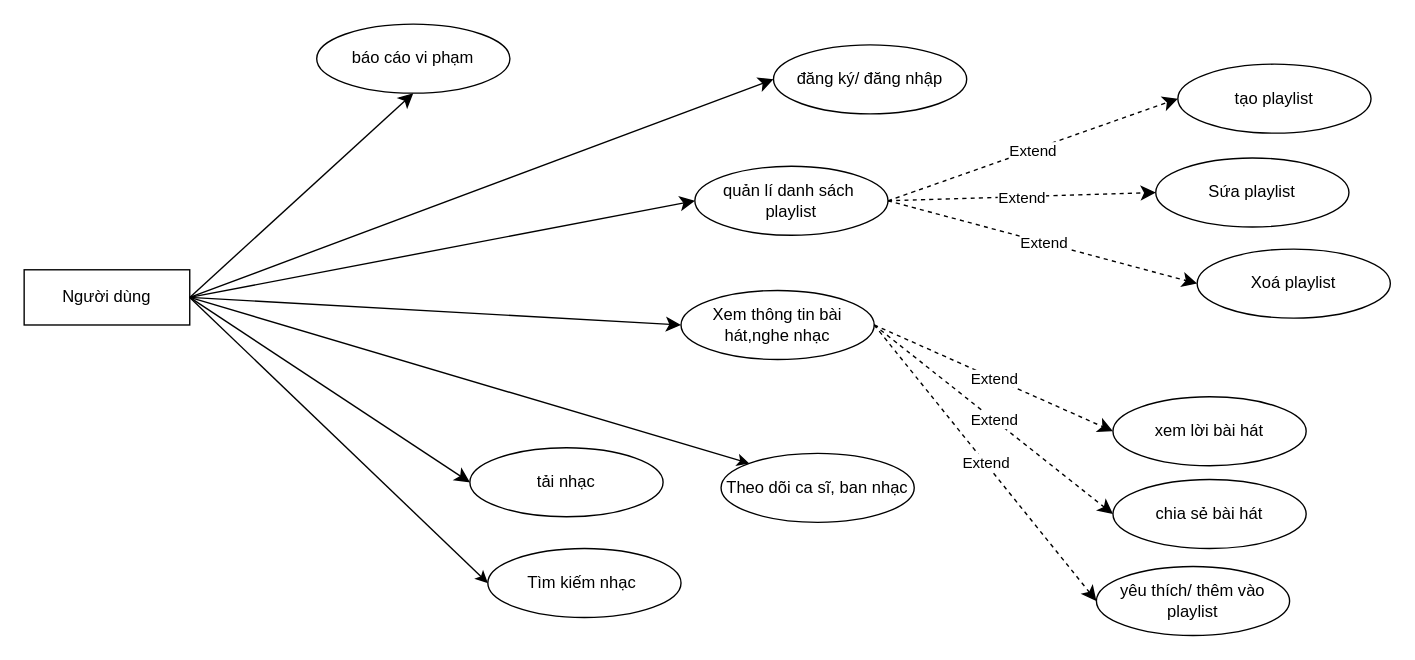
The draw.io diagram Documentation/Diagram Files/UseCase/Phan ra User.drawio in myssal/Project1, before the edit. Source tidied: cells renumbered, new cells numbered last; positions are measured from the earlier drawing's top-left corner, leaving out a move shared by most shapes. Both pictures are drawn from the tidied source at 138%, with x=0, y=0 at pixel (23, 23).
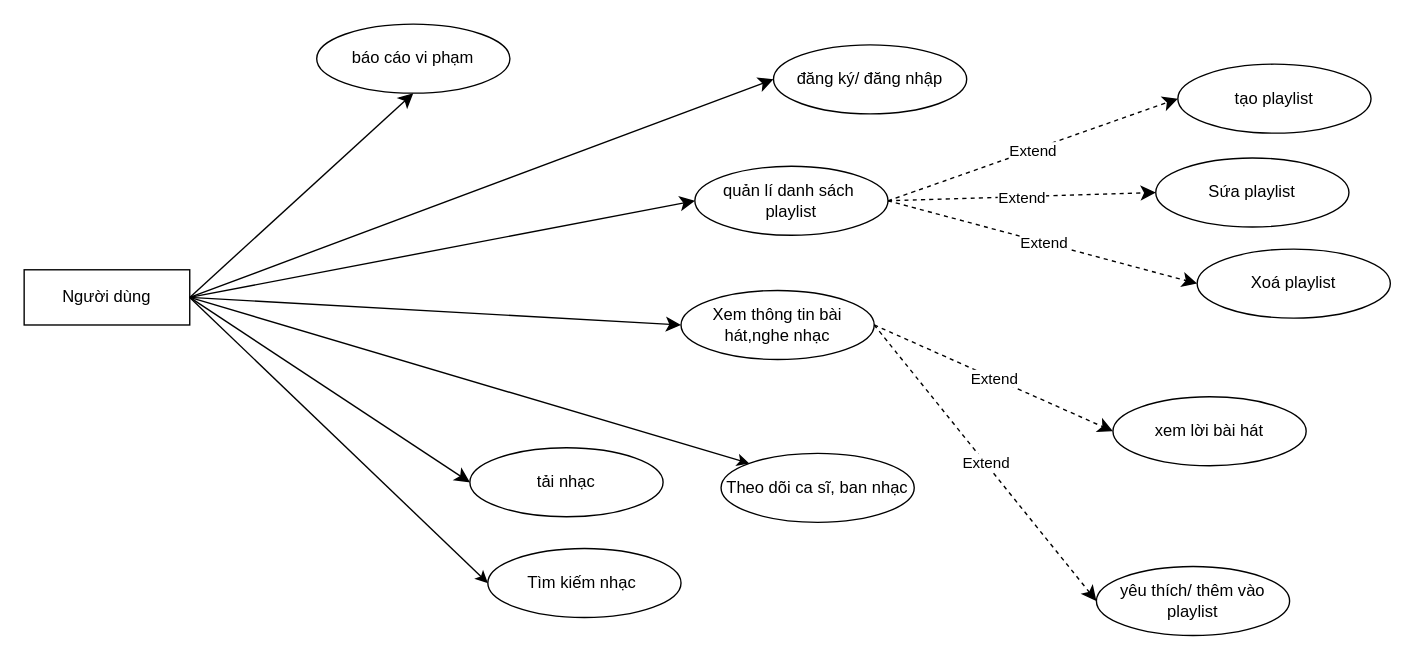
The same page after the edit.

The change refers to these unchanged cells:
```xml
<mxCell id="6" value="Xem thông tin bài hát,nghe nhạc" style="ellipse;whiteSpace=wrap;html=1;" parent="1" vertex="1">
  <mxGeometry x="476" y="193" width="140" height="50" as="geometry" />
</mxCell>
```

The edit, as a diff of the source:
```diff
@@
-    <mxCell id="8" value="chia sẻ bài hát" style="ellipse;whiteSpace=wrap;html=1;" parent="1" vertex="1">
-      <mxGeometry x="789" y="330" width="140" height="50" as="geometry" />
-    </mxCell>
@@
-    <mxCell id="10" style="edgeStyle=none;curved=1;rounded=0;orthogonalLoop=1;jettySize=auto;html=1;exitX=0.5;exitY=1;exitDx=0;exitDy=0;fontSize=12;startSize=8;endSize=8;" parent="1" edge="1" source="8" target="8">
-      <mxGeometry relative="1" as="geometry" />
+    <mxCell id="10" style="edgeStyle=none;curved=1;rounded=0;orthogonalLoop=1;jettySize=auto;html=1;exitX=0.5;exitY=1;exitDx=0;exitDy=0;fontSize=12;startSize=8;endSize=8;" parent="1" edge="1">
+      <mxGeometry relative="1" as="geometry">
+        <mxPoint x="859" y="380" as="sourcePoint" />
+        <mxPoint x="859" y="380" as="targetPoint" />
+      </mxGeometry>
     </mxCell>
@@
-    <mxCell id="18" style="endArrow=classic;html=1;rounded=0;fontSize=12;startSize=8;endSize=8;curved=1;dashed=1;exitX=1;exitY=0.5;exitDx=0;exitDy=0;entryX=0;entryY=0.5;entryDx=0;entryDy=0;" parent="1" edge="1" source="6" target="8">
-      <mxGeometry relative="1" as="geometry" />
-    </mxCell>
-    <mxCell id="19" value="Extend" style="edgeLabel;html=1;align=center;verticalAlign=middle;" parent="18" vertex="1">
-      <mxGeometry relative="1" as="geometry" />
-    </mxCell>
```
